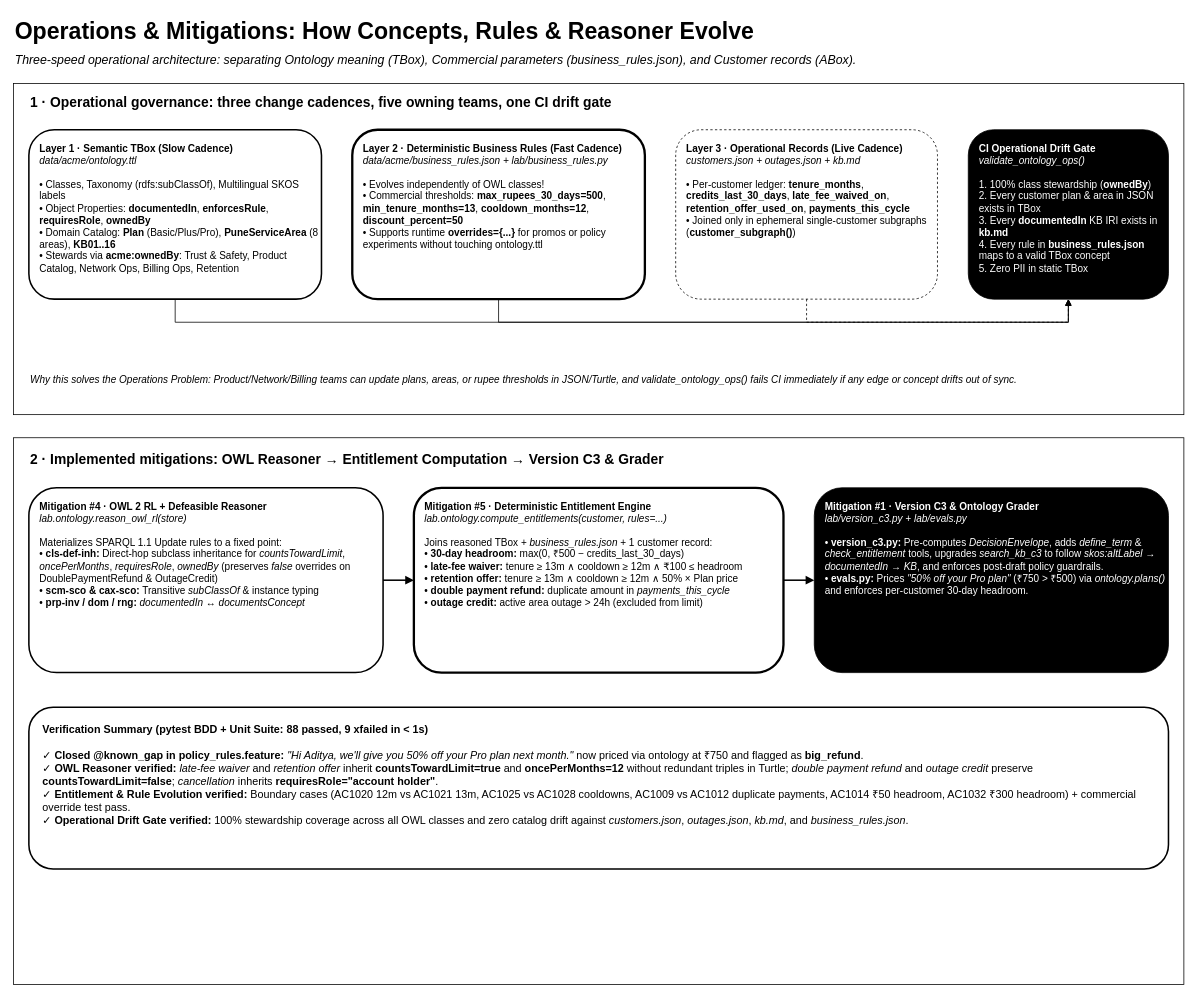
The draw.io diagram page "4 · Operational governance & C3 mitigations" (4 of 5) of fde-first-principles/1-measure-before-you-believe/08-agent-loop-from-scratch/business-graph-engine-plan.drawio in raj-champaneriya-ibm/continuous-learning, before the edit. Source tidied: cells renumbered, new cells numbered last; positions are measured from the earlier drawing's top-left corner, leaving out a move shared by most shapes. Both pictures are drawn from the tidied source at 77%, with x=0, y=0 at pixel (13, 13).
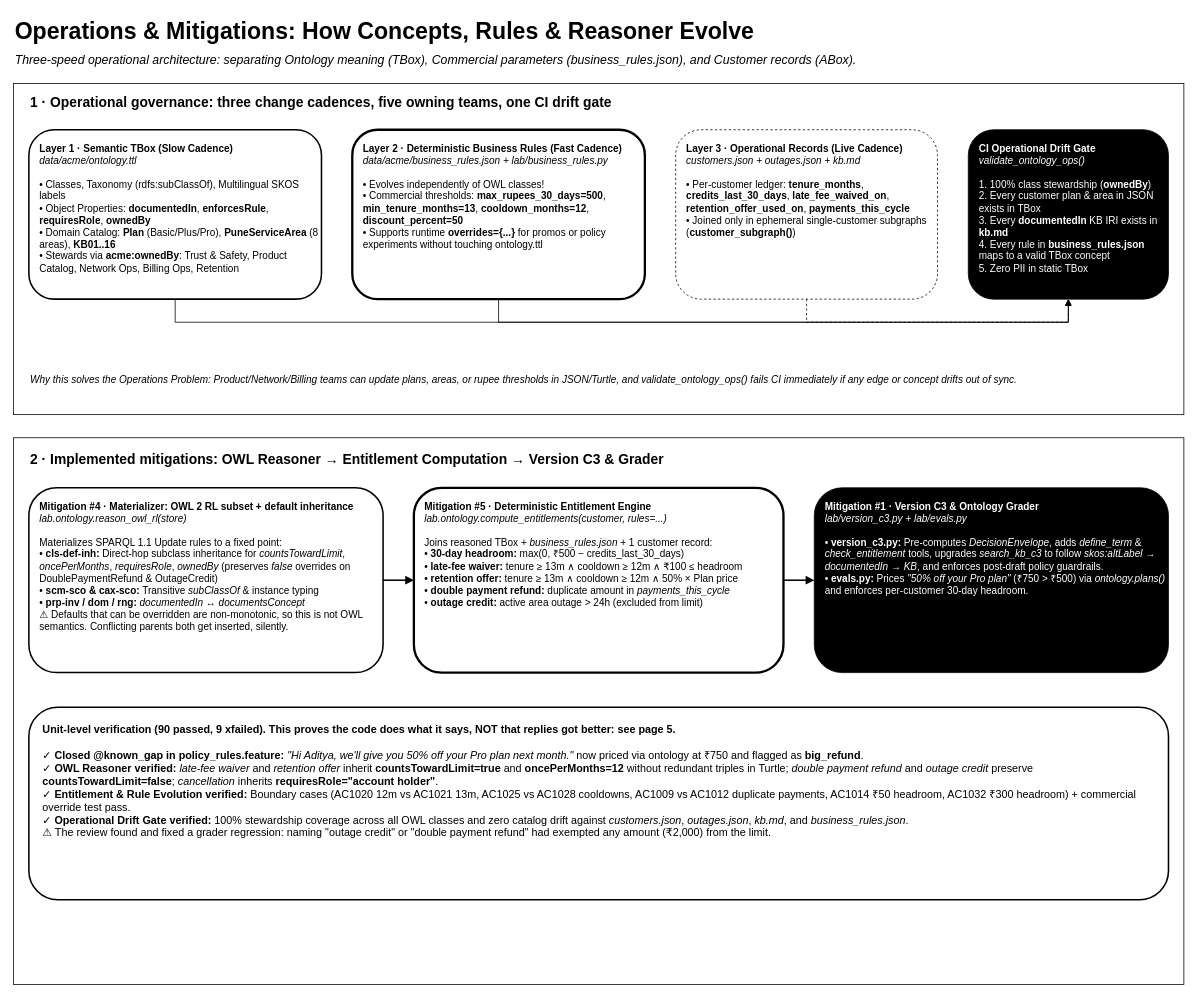
After the change.

Commit message (it also covers changes not shown here):
Refactor policy evaluation logic to improve headroom handling and add double payment refund scenarios

Change to the diagram source:
```diff
@@
-    <mxCell id="16" value="&lt;b&gt;Mitigation #4 · OWL 2 RL + Defeasible Reasoner&lt;/b&gt;&lt;br&gt;&lt;i&gt;lab.ontology.reason_owl_rl(store)&lt;/i&gt;&lt;br&gt;&lt;br&gt;Materializes SPARQL 1.1 Update rules to a fixed point:&lt;br&gt;• &lt;b&gt;cls-def-inh:&lt;/b&gt; Direct-hop subclass inheritance for &lt;i&gt;countsTowardLimit&lt;/i&gt;, &lt;i&gt;oncePerMonths&lt;/i&gt;, &lt;i&gt;requiresRole&lt;/i&gt;, &lt;i&gt;ownedBy&lt;/i&gt; (preserves &lt;i&gt;false&lt;/i&gt; overrides on DoublePaymentRefund &amp;amp; OutageCredit)&lt;br&gt;• &lt;b&gt;scm-sco &amp;amp; cax-sco:&lt;/b&gt; Transitive &lt;i&gt;subClassOf&lt;/i&gt; &amp;amp; instance typing&lt;br&gt;• &lt;b&gt;prp-inv / dom / rng:&lt;/b&gt; &lt;i&gt;documentedIn ↔ documentsConcept&lt;/i&gt;" style="rounded=1;whiteSpace=wrap;html=1;align=left;verticalAlign=top;spacingLeft=12;spacingTop=10;fontFamily=Helvetica;fontSize=13;fillColor=#FFFFFF;strokeColor=#000000;strokeWidth=2;fontColor=#000000;" parent="1" vertex="1">
+    <mxCell id="16" value="&lt;b&gt;Mitigation #4 · Materializer: OWL 2 RL subset + default inheritance&lt;/b&gt;&lt;br&gt;&lt;i&gt;lab.ontology.reason_owl_rl(store)&lt;/i&gt;&lt;br&gt;&lt;br&gt;Materializes SPARQL 1.1 Update rules to a fixed point:&lt;br&gt;• &lt;b&gt;cls-def-inh:&lt;/b&gt; Direct-hop subclass inheritance for &lt;i&gt;countsTowardLimit&lt;/i&gt;, &lt;i&gt;oncePerMonths&lt;/i&gt;, &lt;i&gt;requiresRole&lt;/i&gt;, &lt;i&gt;ownedBy&lt;/i&gt; (preserves &lt;i&gt;false&lt;/i&gt; overrides on DoublePaymentRefund &amp;amp; OutageCredit)&lt;br&gt;• &lt;b&gt;scm-sco &amp;amp; cax-sco:&lt;/b&gt; Transitive &lt;i&gt;subClassOf&lt;/i&gt; &amp;amp; instance typing&lt;br&gt;• &lt;b&gt;prp-inv / dom / rng:&lt;/b&gt; &lt;i&gt;documentedIn ↔ documentsConcept&lt;/i&gt;&lt;br&gt;⚠ Defaults that can be overridden are non-monotonic, so this is not OWL semantics. Conflicting parents both get inserted, silently." style="rounded=1;whiteSpace=wrap;html=1;align=left;verticalAlign=top;spacingLeft=12;spacingTop=10;fontFamily=Helvetica;fontSize=13;fillColor=#FFFFFF;strokeColor=#000000;strokeWidth=2;fontColor=#000000;" parent="1" vertex="1">
       <mxGeometry x="20" y="616" width="460" height="240" as="geometry" />
     </mxCell>
@@
-    <mxCell id="21" value="&lt;b&gt;Verification Summary (pytest BDD + Unit Suite: 88 passed, 9 xfailed in &amp;lt; 1s)&lt;/b&gt;&lt;br&gt;&lt;br&gt;✓ &lt;b&gt;Closed @known_gap in policy_rules.feature:&lt;/b&gt; &lt;i&gt;&quot;Hi Aditya, we'll give you 50% off your Pro plan next month.&quot;&lt;/i&gt; now priced via ontology at ₹750 and flagged as &lt;b&gt;big_refund&lt;/b&gt;.&lt;br&gt;✓ &lt;b&gt;OWL Reasoner verified:&lt;/b&gt; &lt;i&gt;late-fee waiver&lt;/i&gt; and &lt;i&gt;retention offer&lt;/i&gt; inherit &lt;b&gt;countsTowardLimit=true&lt;/b&gt; and &lt;b&gt;oncePerMonths=12&lt;/b&gt; without redundant triples in Turtle; &lt;i&gt;double payment refund&lt;/i&gt; and &lt;i&gt;outage credit&lt;/i&gt; preserve &lt;b&gt;countsTowardLimit=false&lt;/b&gt;; &lt;i&gt;cancellation&lt;/i&gt; inherits &lt;b&gt;requiresRole=&quot;account holder&quot;&lt;/b&gt;.&lt;br&gt;✓ &lt;b&gt;Entitlement &amp;amp; Rule Evolution verified:&lt;/b&gt; Boundary cases (AC1020 12m vs AC1021 13m, AC1025 vs AC1028 cooldowns, AC1009 vs AC1012 duplicate payments, AC1014 ₹50 headroom, AC1032 ₹300 headroom) + commercial override test pass.&lt;br&gt;✓ &lt;b&gt;Operational Drift Gate verified:&lt;/b&gt; 100% stewardship coverage across all OWL classes and zero catalog drift against &lt;i&gt;customers.json&lt;/i&gt;, &lt;i&gt;outages.json&lt;/i&gt;, &lt;i&gt;kb.md&lt;/i&gt;, and &lt;i&gt;business_rules.json&lt;/i&gt;." style="rounded=1;whiteSpace=wrap;html=1;align=left;verticalAlign=top;spacingLeft=16;spacingTop=14;fontFamily=Helvetica;fontSize=14;fillColor=#FFFFFF;strokeColor=#000000;strokeWidth=2;fontColor=#000000;" parent="1" vertex="1">
-      <mxGeometry x="20" y="901" width="1480" height="210" as="geometry" />
+    <mxCell id="21" value="&lt;b&gt;Unit-level verification (90 passed, 9 xfailed). This proves the code does what it says, NOT that replies got better: see page 5.&lt;/b&gt;&lt;br&gt;&lt;br&gt;✓ &lt;b&gt;Closed @known_gap in policy_rules.feature:&lt;/b&gt; &lt;i&gt;&quot;Hi Aditya, we'll give you 50% off your Pro plan next month.&quot;&lt;/i&gt; now priced via ontology at ₹750 and flagged as &lt;b&gt;big_refund&lt;/b&gt;.&lt;br&gt;✓ &lt;b&gt;OWL Reasoner verified:&lt;/b&gt; &lt;i&gt;late-fee waiver&lt;/i&gt; and &lt;i&gt;retention offer&lt;/i&gt; inherit &lt;b&gt;countsTowardLimit=true&lt;/b&gt; and &lt;b&gt;oncePerMonths=12&lt;/b&gt; without redundant triples in Turtle; &lt;i&gt;double payment refund&lt;/i&gt; and &lt;i&gt;outage credit&lt;/i&gt; preserve &lt;b&gt;countsTowardLimit=false&lt;/b&gt;; &lt;i&gt;cancellation&lt;/i&gt; inherits &lt;b&gt;requiresRole=&quot;account holder&quot;&lt;/b&gt;.&lt;br&gt;✓ &lt;b&gt;Entitlement &amp;amp; Rule Evolution verified:&lt;/b&gt; Boundary cases (AC1020 12m vs AC1021 13m, AC1025 vs AC1028 cooldowns, AC1009 vs AC1012 duplicate payments, AC1014 ₹50 headroom, AC1032 ₹300 headroom) + commercial override test pass.&lt;br&gt;✓ &lt;b&gt;Operational Drift Gate verified:&lt;/b&gt; 100% stewardship coverage across all OWL classes and zero catalog drift against &lt;i&gt;customers.json&lt;/i&gt;, &lt;i&gt;outages.json&lt;/i&gt;, &lt;i&gt;kb.md&lt;/i&gt;, and &lt;i&gt;business_rules.json&lt;/i&gt;.&lt;br&gt;⚠ The review found and fixed a grader regression: naming &quot;outage credit&quot; or &quot;double payment refund&quot; had exempted any amount (₹2,000) from the limit." style="rounded=1;whiteSpace=wrap;html=1;align=left;verticalAlign=top;spacingLeft=16;spacingTop=14;fontFamily=Helvetica;fontSize=14;fillColor=#FFFFFF;strokeColor=#000000;strokeWidth=2;fontColor=#000000;" parent="1" vertex="1">
+      <mxGeometry x="20" y="901" width="1480" height="250" as="geometry" />
     </mxCell>
```
